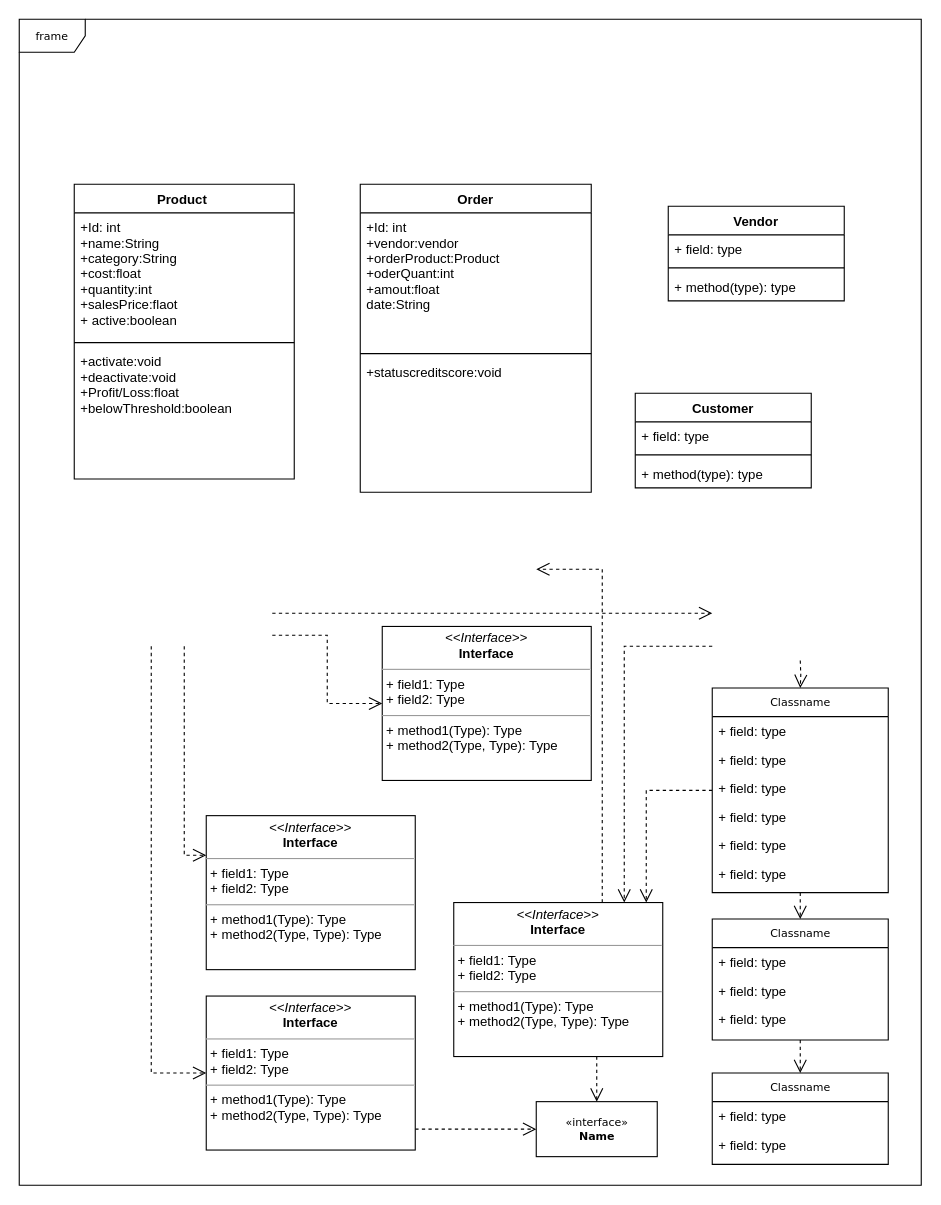
Above: Untitled Diagram.drawio in bhiogade/new-one (draw.io), before the change. Source tidied: cells renumbered, new cells numbered last; positions are measured from the earlier drawing's top-left corner, leaving out a move shared by most shapes. Both pictures are drawn from the tidied source at 110%, with x=0, y=0 at pixel (19, 19).
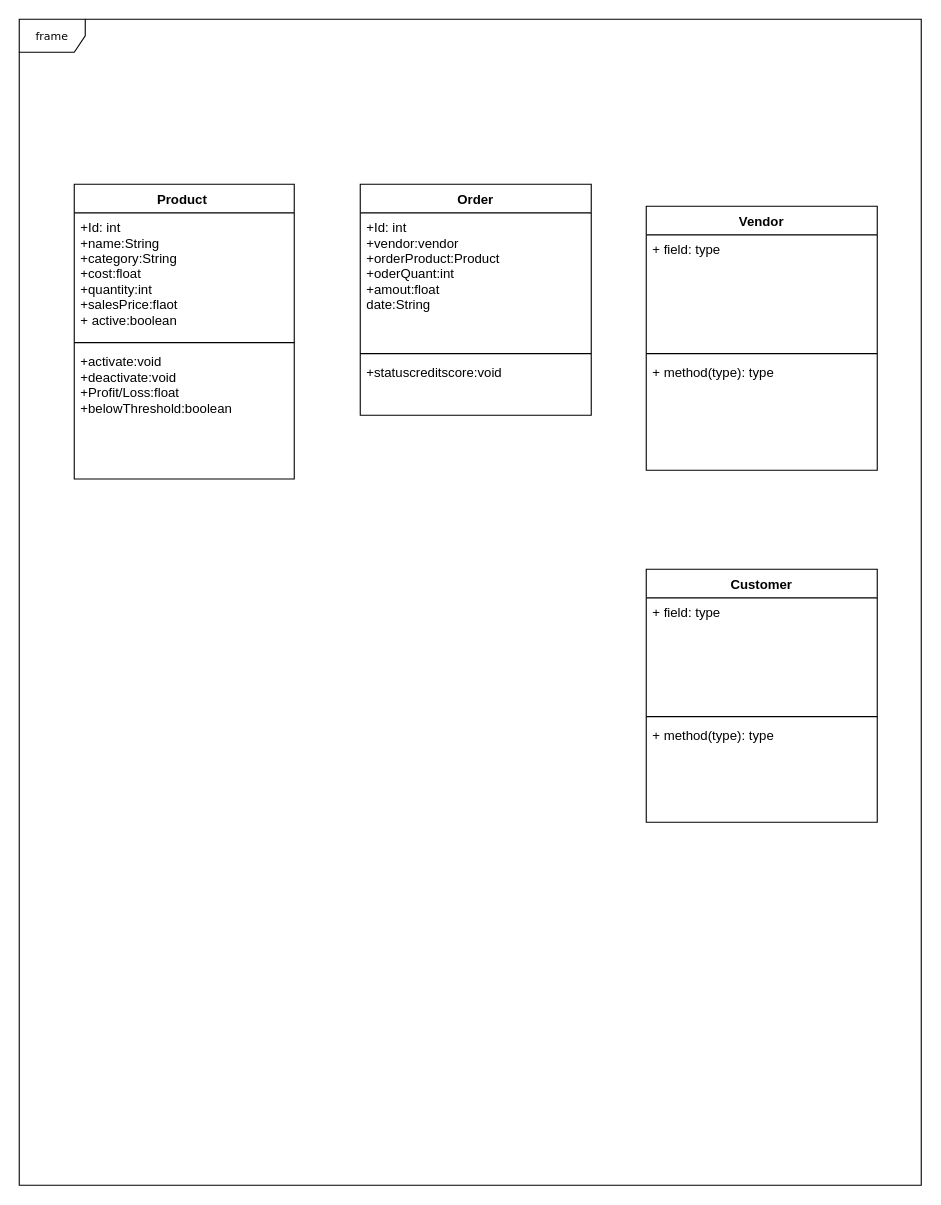
The same page after the edit.

Change to the diagram source:
```diff
@@
-    <mxCell id="3" style="edgeStyle=orthogonalEdgeStyle;rounded=0;html=1;dashed=1;labelBackgroundColor=none;startFill=0;endArrow=open;endFill=0;endSize=10;fontFamily=Verdana;fontSize=10;" parent="1" edge="1" source="5" target="24">
-      <mxGeometry relative="1" as="geometry">
-        <Array as="points">
-          <mxPoint x="570" y="701" />
-        </Array>
-      </mxGeometry>
-    </mxCell>
-    <mxCell id="4" style="edgeStyle=orthogonalEdgeStyle;rounded=0;html=1;dashed=1;labelBackgroundColor=none;startFill=0;endArrow=open;endFill=0;endSize=10;fontFamily=Verdana;fontSize=10;" parent="1" edge="1" source="5" target="16">
-      <mxGeometry relative="1" as="geometry" />
-    </mxCell>
-    <mxCell id="5" value="Classname" style="swimlane;html=1;fontStyle=0;horizontal=1;startSize=26;fillColor=none;swimlaneFillColor=#ffffff;rounded=0;shadow=0;comic=0;labelBackgroundColor=none;strokeWidth=1;fontFamily=Verdana;fontSize=10;align=center;" parent="1" vertex="1">
-      <mxGeometry x="630" y="608" width="160" height="186" as="geometry" />
-    </mxCell>
-    <mxCell id="6" value="+ field: type" style="text;html=1;strokeColor=none;fillColor=none;align=left;verticalAlign=top;spacingLeft=4;spacingRight=4;whiteSpace=wrap;overflow=hidden;" parent="5" vertex="1">
-      <mxGeometry y="26" width="160" height="26" as="geometry" />
-    </mxCell>
-    <mxCell id="7" value="+ field: type" style="text;html=1;strokeColor=none;fillColor=none;align=left;verticalAlign=top;spacingLeft=4;spacingRight=4;whiteSpace=wrap;overflow=hidden;" parent="5" vertex="1">
-      <mxGeometry y="52" width="160" height="26" as="geometry" />
-    </mxCell>
-    <mxCell id="8" value="+ field: type" style="text;html=1;strokeColor=none;fillColor=none;align=left;verticalAlign=top;spacingLeft=4;spacingRight=4;whiteSpace=wrap;overflow=hidden;" parent="5" vertex="1">
-      <mxGeometry y="78" width="160" height="26" as="geometry" />
-    </mxCell>
-    <mxCell id="9" value="+ field: type" style="text;html=1;strokeColor=none;fillColor=none;align=left;verticalAlign=top;spacingLeft=4;spacingRight=4;whiteSpace=wrap;overflow=hidden;" parent="5" vertex="1">
-      <mxGeometry y="104" width="160" height="26" as="geometry" />
-    </mxCell>
-    <mxCell id="10" value="+ field: type" style="text;html=1;strokeColor=none;fillColor=none;align=left;verticalAlign=top;spacingLeft=4;spacingRight=4;whiteSpace=wrap;overflow=hidden;" parent="5" vertex="1">
-      <mxGeometry y="130" width="160" height="26" as="geometry" />
-    </mxCell>
-    <mxCell id="11" value="+ field: type" style="text;html=1;strokeColor=none;fillColor=none;align=left;verticalAlign=top;spacingLeft=4;spacingRight=4;whiteSpace=wrap;overflow=hidden;" parent="5" vertex="1">
-      <mxGeometry y="156" width="160" height="26" as="geometry" />
-    </mxCell>
-    <mxCell id="12" value="Classname" style="swimlane;html=1;fontStyle=0;horizontal=1;startSize=26;fillColor=none;swimlaneFillColor=#ffffff;rounded=0;shadow=0;comic=0;labelBackgroundColor=none;strokeWidth=1;fontFamily=Verdana;fontSize=10;align=center;" parent="1" vertex="1">
-      <mxGeometry x="630" y="958" width="160" height="83" as="geometry" />
-    </mxCell>
-    <mxCell id="13" value="+ field: type" style="text;html=1;strokeColor=none;fillColor=none;align=left;verticalAlign=top;spacingLeft=4;spacingRight=4;whiteSpace=wrap;overflow=hidden;" parent="12" vertex="1">
-      <mxGeometry y="26" width="160" height="26" as="geometry" />
-    </mxCell>
-    <mxCell id="14" value="+ field: type" style="text;html=1;strokeColor=none;fillColor=none;align=left;verticalAlign=top;spacingLeft=4;spacingRight=4;whiteSpace=wrap;overflow=hidden;" parent="12" vertex="1">
-      <mxGeometry y="52" width="160" height="26" as="geometry" />
-    </mxCell>
-    <mxCell id="15" style="edgeStyle=orthogonalEdgeStyle;rounded=0;html=1;dashed=1;labelBackgroundColor=none;startFill=0;endArrow=open;endFill=0;endSize=10;fontFamily=Verdana;fontSize=10;" parent="1" edge="1" source="16" target="12">
-      <mxGeometry relative="1" as="geometry" />
-    </mxCell>
-    <mxCell id="16" value="Classname" style="swimlane;html=1;fontStyle=0;horizontal=1;startSize=26;fillColor=none;swimlaneFillColor=#ffffff;rounded=0;shadow=0;comic=0;labelBackgroundColor=none;strokeWidth=1;fontFamily=Verdana;fontSize=10;align=center;" parent="1" vertex="1">
-      <mxGeometry x="630" y="818" width="160" height="110" as="geometry" />
-    </mxCell>
-    <mxCell id="17" value="+ field: type" style="text;html=1;strokeColor=none;fillColor=none;align=left;verticalAlign=top;spacingLeft=4;spacingRight=4;whiteSpace=wrap;overflow=hidden;" parent="16" vertex="1">
-      <mxGeometry y="26" width="160" height="26" as="geometry" />
-    </mxCell>
-    <mxCell id="18" value="+ field: type" style="text;html=1;strokeColor=none;fillColor=none;align=left;verticalAlign=top;spacingLeft=4;spacingRight=4;whiteSpace=wrap;overflow=hidden;" parent="16" vertex="1">
-      <mxGeometry y="52" width="160" height="26" as="geometry" />
-    </mxCell>
-    <mxCell id="19" value="+ field: type" style="text;html=1;strokeColor=none;fillColor=none;align=left;verticalAlign=top;spacingLeft=4;spacingRight=4;whiteSpace=wrap;overflow=hidden;" parent="16" vertex="1">
-      <mxGeometry y="78" width="160" height="26" as="geometry" />
-    </mxCell>
-    <mxCell id="20" style="edgeStyle=orthogonalEdgeStyle;rounded=0;html=1;dashed=1;labelBackgroundColor=none;startFill=0;endArrow=open;endFill=0;endSize=10;fontFamily=Verdana;fontSize=10;" parent="1" edge="1" target="5">
-      <mxGeometry relative="1" as="geometry">
-        <mxPoint x="710" y="583" as="sourcePoint" />
-      </mxGeometry>
-    </mxCell>
-    <mxCell id="21" value="&amp;laquo;interface&amp;raquo;&lt;br&gt;&lt;b&gt;Name&lt;/b&gt;" style="html=1;rounded=0;shadow=0;comic=0;labelBackgroundColor=none;strokeWidth=1;fontFamily=Verdana;fontSize=10;align=center;" parent="1" vertex="1">
-      <mxGeometry x="470" y="984" width="110" height="50" as="geometry" />
-    </mxCell>
-    <mxCell id="22" style="edgeStyle=orthogonalEdgeStyle;rounded=0;html=1;dashed=1;labelBackgroundColor=none;startFill=0;endArrow=open;endFill=0;endSize=10;fontFamily=Verdana;fontSize=10;" parent="1" edge="1" source="24" target="21">
-      <mxGeometry relative="1" as="geometry">
-        <Array as="points">
-          <mxPoint x="525" y="950" />
-          <mxPoint x="525" y="950" />
-        </Array>
-      </mxGeometry>
-    </mxCell>
-    <mxCell id="23" style="edgeStyle=orthogonalEdgeStyle;rounded=0;html=1;dashed=1;labelBackgroundColor=none;startFill=0;endArrow=open;endFill=0;endSize=10;fontFamily=Verdana;fontSize=10;" parent="1" edge="1" source="24">
-      <mxGeometry relative="1" as="geometry">
-        <mxPoint x="470" y="500" as="targetPoint" />
-        <Array as="points">
-          <mxPoint x="530" y="500" />
-        </Array>
-      </mxGeometry>
-    </mxCell>
-    <mxCell id="24" value="&lt;p style=&quot;margin:0px;margin-top:4px;text-align:center;&quot;&gt;&lt;i&gt;&amp;lt;&amp;lt;Interface&amp;gt;&amp;gt;&lt;/i&gt;&lt;br/&gt;&lt;b&gt;Interface&lt;/b&gt;&lt;/p&gt;&lt;hr size=&quot;1&quot;/&gt;&lt;p style=&quot;margin:0px;margin-left:4px;&quot;&gt;+ field1: Type&lt;br/&gt;+ field2: Type&lt;/p&gt;&lt;hr size=&quot;1&quot;/&gt;&lt;p style=&quot;margin:0px;margin-left:4px;&quot;&gt;+ method1(Type): Type&lt;br/&gt;+ method2(Type, Type): Type&lt;/p&gt;" style="verticalAlign=top;align=left;overflow=fill;fontSize=12;fontFamily=Helvetica;html=1;rounded=0;shadow=0;comic=0;labelBackgroundColor=none;strokeWidth=1;" parent="1" vertex="1">
-      <mxGeometry x="395" y="803" width="190" height="140" as="geometry" />
-    </mxCell>
-    <mxCell id="25" value="&lt;p style=&quot;margin:0px;margin-top:4px;text-align:center;&quot;&gt;&lt;i&gt;&amp;lt;&amp;lt;Interface&amp;gt;&amp;gt;&lt;/i&gt;&lt;br/&gt;&lt;b&gt;Interface&lt;/b&gt;&lt;/p&gt;&lt;hr size=&quot;1&quot;/&gt;&lt;p style=&quot;margin:0px;margin-left:4px;&quot;&gt;+ field1: Type&lt;br/&gt;+ field2: Type&lt;/p&gt;&lt;hr size=&quot;1&quot;/&gt;&lt;p style=&quot;margin:0px;margin-left:4px;&quot;&gt;+ method1(Type): Type&lt;br/&gt;+ method2(Type, Type): Type&lt;/p&gt;" style="verticalAlign=top;align=left;overflow=fill;fontSize=12;fontFamily=Helvetica;html=1;rounded=0;shadow=0;comic=0;labelBackgroundColor=none;strokeWidth=1;" parent="1" vertex="1">
-      <mxGeometry x="330" y="552" width="190" height="140" as="geometry" />
-    </mxCell>
-    <mxCell id="26" style="edgeStyle=orthogonalEdgeStyle;rounded=0;html=1;dashed=1;labelBackgroundColor=none;startFill=0;endArrow=open;endFill=0;endSize=10;fontFamily=Verdana;fontSize=10;" parent="1" edge="1" source="27" target="21">
-      <mxGeometry relative="1" as="geometry">
-        <Array as="points">
-          <mxPoint x="390" y="1009" />
-          <mxPoint x="390" y="1009" />
-        </Array>
-      </mxGeometry>
-    </mxCell>
-    <mxCell id="27" value="&lt;p style=&quot;margin:0px;margin-top:4px;text-align:center;&quot;&gt;&lt;i&gt;&amp;lt;&amp;lt;Interface&amp;gt;&amp;gt;&lt;/i&gt;&lt;br/&gt;&lt;b&gt;Interface&lt;/b&gt;&lt;/p&gt;&lt;hr size=&quot;1&quot;/&gt;&lt;p style=&quot;margin:0px;margin-left:4px;&quot;&gt;+ field1: Type&lt;br/&gt;+ field2: Type&lt;/p&gt;&lt;hr size=&quot;1&quot;/&gt;&lt;p style=&quot;margin:0px;margin-left:4px;&quot;&gt;+ method1(Type): Type&lt;br/&gt;+ method2(Type, Type): Type&lt;/p&gt;" style="verticalAlign=top;align=left;overflow=fill;fontSize=12;fontFamily=Helvetica;html=1;rounded=0;shadow=0;comic=0;labelBackgroundColor=none;strokeWidth=1;" parent="1" vertex="1">
-      <mxGeometry x="170" y="888" width="190" height="140" as="geometry" />
-    </mxCell>
-    <mxCell id="28" value="&lt;p style=&quot;margin:0px;margin-top:4px;text-align:center;&quot;&gt;&lt;i&gt;&amp;lt;&amp;lt;Interface&amp;gt;&amp;gt;&lt;/i&gt;&lt;br/&gt;&lt;b&gt;Interface&lt;/b&gt;&lt;/p&gt;&lt;hr size=&quot;1&quot;/&gt;&lt;p style=&quot;margin:0px;margin-left:4px;&quot;&gt;+ field1: Type&lt;br/&gt;+ field2: Type&lt;/p&gt;&lt;hr size=&quot;1&quot;/&gt;&lt;p style=&quot;margin:0px;margin-left:4px;&quot;&gt;+ method1(Type): Type&lt;br/&gt;+ method2(Type, Type): Type&lt;/p&gt;" style="verticalAlign=top;align=left;overflow=fill;fontSize=12;fontFamily=Helvetica;html=1;rounded=0;shadow=0;comic=0;labelBackgroundColor=none;strokeWidth=1;" parent="1" vertex="1">
-      <mxGeometry x="170" y="724" width="190" height="140" as="geometry" />
-    </mxCell>
-    <mxCell id="29" style="edgeStyle=orthogonalEdgeStyle;rounded=0;html=1;dashed=1;labelBackgroundColor=none;startFill=0;endArrow=open;endFill=0;endSize=10;fontFamily=Verdana;fontSize=10;" parent="1" edge="1" target="25">
-      <mxGeometry relative="1" as="geometry">
-        <mxPoint x="230" y="560" as="sourcePoint" />
-        <Array as="points">
-          <mxPoint x="280" y="560" />
-          <mxPoint x="280" y="622" />
-        </Array>
-      </mxGeometry>
-    </mxCell>
-    <mxCell id="30" style="edgeStyle=orthogonalEdgeStyle;rounded=0;html=1;dashed=1;labelBackgroundColor=none;startFill=0;endArrow=open;endFill=0;endSize=10;fontFamily=Verdana;fontSize=10;" parent="1" edge="1">
-      <mxGeometry relative="1" as="geometry">
-        <mxPoint x="230" y="540" as="sourcePoint" />
-        <mxPoint x="630" y="540" as="targetPoint" />
-        <Array as="points">
-          <mxPoint x="330" y="540" />
-          <mxPoint x="330" y="540" />
-        </Array>
-      </mxGeometry>
-    </mxCell>
-    <mxCell id="31" style="edgeStyle=orthogonalEdgeStyle;rounded=0;html=1;dashed=1;labelBackgroundColor=none;startFill=0;endArrow=open;endFill=0;endSize=10;fontFamily=Verdana;fontSize=10;" parent="1" edge="1" target="28">
-      <mxGeometry relative="1" as="geometry">
-        <mxPoint x="150" y="570" as="sourcePoint" />
-        <Array as="points">
-          <mxPoint x="150" y="760" />
-        </Array>
-      </mxGeometry>
-    </mxCell>
-    <mxCell id="32" style="edgeStyle=orthogonalEdgeStyle;rounded=0;html=1;dashed=1;labelBackgroundColor=none;startFill=0;endArrow=open;endFill=0;endSize=10;fontFamily=Verdana;fontSize=10;" parent="1" edge="1" target="27">
-      <mxGeometry relative="1" as="geometry">
-        <mxPoint x="120" y="570" as="sourcePoint" />
-        <Array as="points">
-          <mxPoint x="120" y="958" />
-        </Array>
-      </mxGeometry>
-    </mxCell>
-    <mxCell id="33" style="edgeStyle=orthogonalEdgeStyle;rounded=0;html=1;dashed=1;labelBackgroundColor=none;startFill=0;endArrow=open;endFill=0;endSize=10;fontFamily=Verdana;fontSize=10;" parent="1" edge="1" target="24">
-      <mxGeometry relative="1" as="geometry">
-        <mxPoint x="630" y="570" as="sourcePoint" />
-        <Array as="points">
-          <mxPoint x="550" y="570" />
-        </Array>
-      </mxGeometry>
-    </mxCell>
@@
     <mxCell id="38" value="Order" style="swimlane;fontStyle=1;align=center;verticalAlign=top;horizontal=1;startSize=26;fillColor=none;gradientColor=none;" parent="1" vertex="1">
-      <mxGeometry x="310" y="150" width="210" height="280" as="geometry" />
+      <mxGeometry x="310" y="150" width="210" height="210" as="geometry" />
     </mxCell>
@@
     <mxCell id="41" value="+statuscreditscore:void" style="text;strokeColor=none;fillColor=none;align=left;verticalAlign=top;spacingLeft=4;spacingRight=4;overflow=hidden;" parent="38" vertex="1">
-      <mxGeometry y="158" width="210" height="122" as="geometry" />
+      <mxGeometry y="158" width="210" height="52" as="geometry" />
     </mxCell>
     <mxCell id="42" value="Vendor" style="swimlane;fontStyle=1;align=center;verticalAlign=top;horizontal=1;startSize=26;fillColor=none;gradientColor=none;" parent="1" vertex="1">
-      <mxGeometry x="590" y="170" width="160" height="86" as="geometry" />
+      <mxGeometry x="570" y="170" width="210" height="240" as="geometry" />
     </mxCell>
     <mxCell id="43" value="+ field: type" style="text;strokeColor=none;fillColor=none;align=left;verticalAlign=top;spacingLeft=4;spacingRight=4;overflow=hidden;" parent="42" vertex="1">
-      <mxGeometry y="26" width="160" height="26" as="geometry" />
+      <mxGeometry y="26" width="210" height="104" as="geometry" />
     </mxCell>
     <mxCell id="44" style="line;strokeWidth=1;fillColor=none;align=left;verticalAlign=middle;spacingTop=-1;spacingLeft=3;spacingRight=3;labelPosition=right;" parent="42" vertex="1">
-      <mxGeometry y="52" width="160" height="8" as="geometry" />
+      <mxGeometry y="130" width="210" height="8" as="geometry" />
     </mxCell>
     <mxCell id="45" value="+ method(type): type" style="text;strokeColor=none;fillColor=none;align=left;verticalAlign=top;spacingLeft=4;spacingRight=4;overflow=hidden;" parent="42" vertex="1">
-      <mxGeometry y="60" width="160" height="26" as="geometry" />
+      <mxGeometry y="138" width="210" height="102" as="geometry" />
     </mxCell>
     <mxCell id="46" value="Customer" style="swimlane;fontStyle=1;align=center;verticalAlign=top;horizontal=1;startSize=26;fillColor=none;gradientColor=none;" parent="1" vertex="1">
-      <mxGeometry x="560" y="340" width="160" height="86" as="geometry" />
+      <mxGeometry x="570" y="500" width="210" height="230" as="geometry" />
     </mxCell>
     <mxCell id="47" value="+ field: type" style="text;strokeColor=none;fillColor=none;align=left;verticalAlign=top;spacingLeft=4;spacingRight=4;overflow=hidden;" parent="46" vertex="1">
-      <mxGeometry y="26" width="160" height="26" as="geometry" />
+      <mxGeometry y="26" width="210" height="104" as="geometry" />
     </mxCell>
     <mxCell id="48" style="line;strokeWidth=1;fillColor=none;align=left;verticalAlign=middle;spacingTop=-1;spacingLeft=3;spacingRight=3;labelPosition=right;" parent="46" vertex="1">
-      <mxGeometry y="52" width="160" height="8" as="geometry" />
+      <mxGeometry y="130" width="210" height="8" as="geometry" />
     </mxCell>
     <mxCell id="49" value="+ method(type): type" style="text;strokeColor=none;fillColor=none;align=left;verticalAlign=top;spacingLeft=4;spacingRight=4;overflow=hidden;" parent="46" vertex="1">
-      <mxGeometry y="60" width="160" height="26" as="geometry" />
+      <mxGeometry y="138" width="210" height="92" as="geometry" />
     </mxCell>
```
